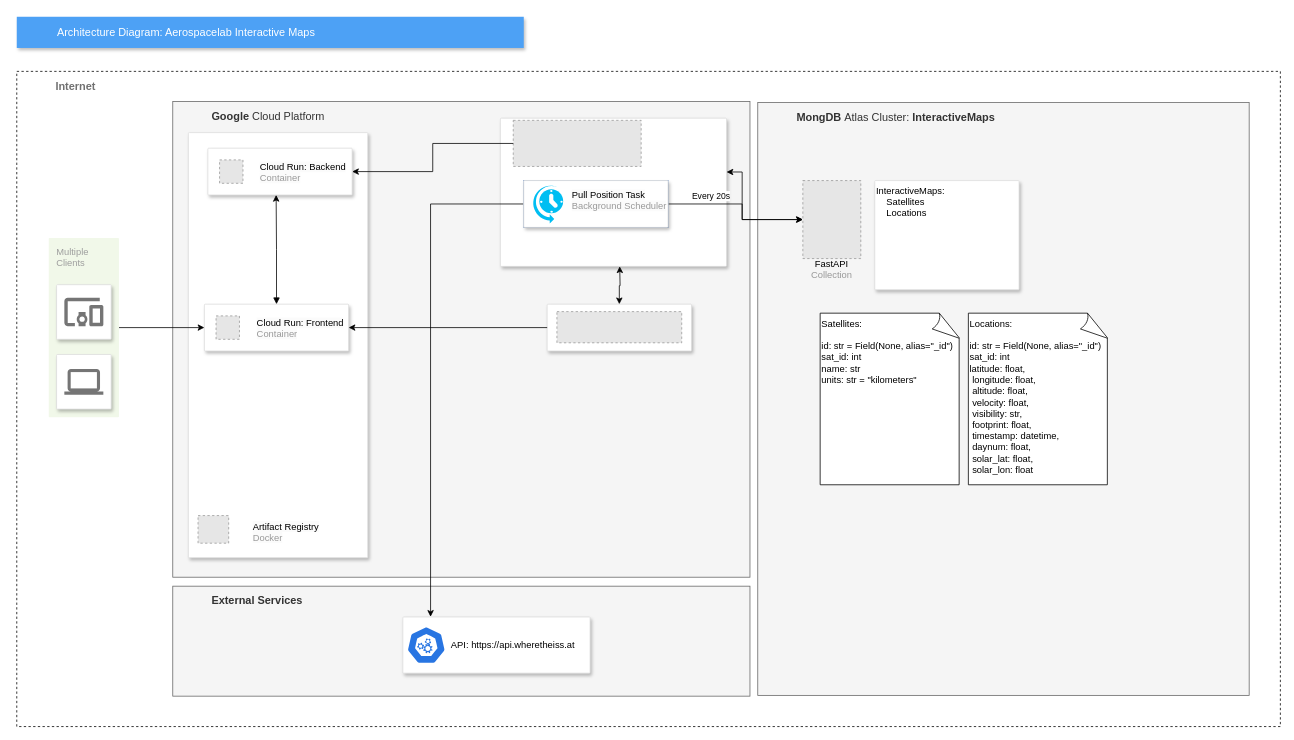
The draw.io diagram page "Rev1" (1 of 2) of Architecture.drawio in spirosbond/Interactive-Maps, before the edit. Source tidied: cells renumbered, new cells numbered last; positions are measured from the earlier drawing's top-left corner, leaving out a move shared by most shapes. Both pictures are drawn from the tidied source at 78%, with x=0, y=0 at pixel (16, 16). Pictures stored in the file or linked from it are replaced by grey dashed boxes.
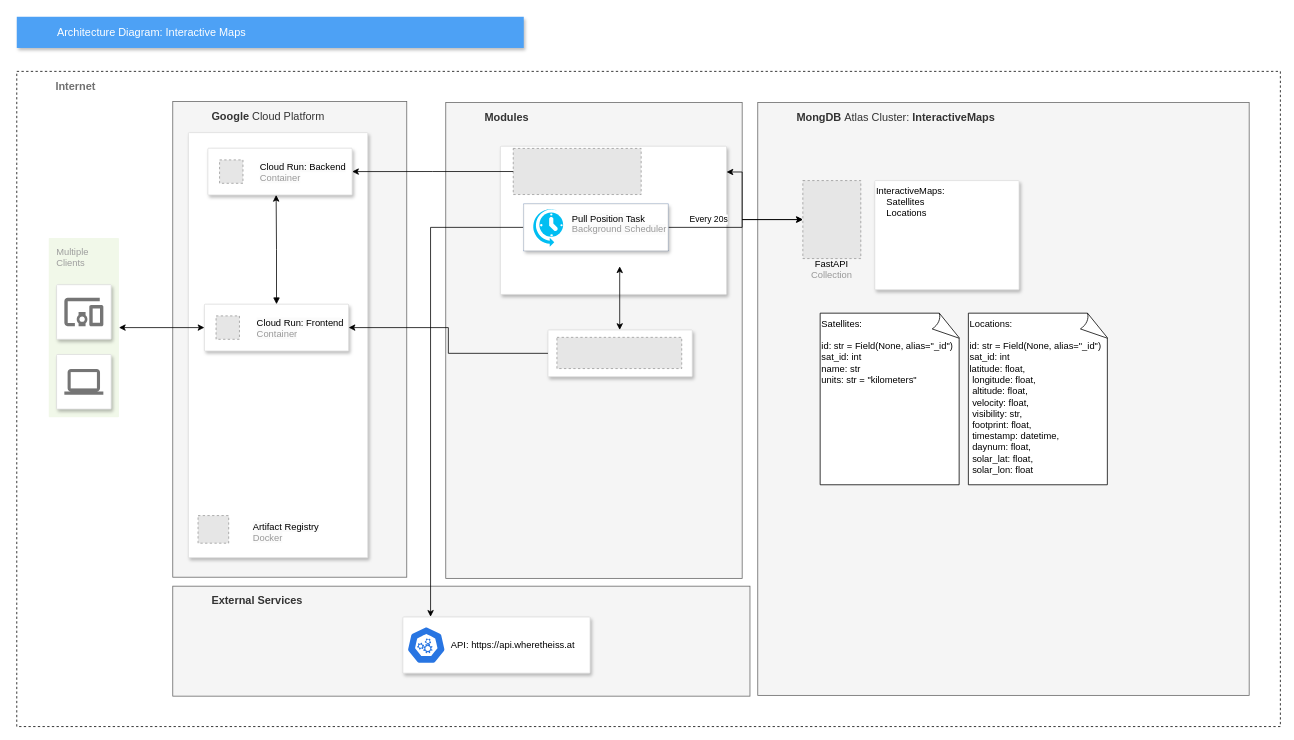
After the change.

The change refers to these unchanged cells:
```xml
<mxCell id="10" style="strokeColor=#dddddd;shadow=1;strokeWidth=1;rounded=1;absoluteArcSize=1;arcSize=2;" parent="9" vertex="1">
  <mxGeometry width="185" height="60" as="geometry" />
</mxCell>
<mxCell id="26" style="fillColor=#E6E6E6;strokeColor=#999999;dashed=1;verticalLabelPosition=bottom;labelBackgroundColor=default;verticalAlign=top;" parent="24" vertex="1">
  <mxGeometry x="7.8" width="74.3" height="100" as="geometry" />
</mxCell>
<mxCell id="39" value="Multiple&lt;br&gt;Clients" style="rounded=1;absoluteArcSize=1;arcSize=2;html=1;strokeColor=none;gradientColor=none;shadow=0;dashed=0;fontSize=12;fontColor=#9E9E9E;align=left;verticalAlign=top;spacing=10;spacingTop=-4;fillColor=#F1F8E9;" parent="38" vertex="1">
  <mxGeometry width="90" height="230" as="geometry" />
</mxCell>
<mxCell id="48" style="strokeColor=#dddddd;shadow=1;strokeWidth=1;rounded=1;absoluteArcSize=1;arcSize=2;" parent="47" vertex="1">
  <mxGeometry width="240" height="72" as="geometry" />
</mxCell>
<mxCell id="54" style="strokeColor=#dddddd;shadow=1;strokeWidth=1;rounded=1;absoluteArcSize=1;arcSize=2;" parent="53" vertex="1">
  <mxGeometry width="185" height="60" as="geometry" />
</mxCell>
```

Diff of the diagram source:
```diff
@@
+    <mxCell id="58" value="&lt;b&gt;Modules&lt;/b&gt;" style="fillColor=#f5f5f5;strokeColor=#666666;shadow=0;fontSize=14;align=left;spacing=10;fontColor=#333333;9E9E9E;verticalAlign=top;spacingTop=-4;fontStyle=0;spacingLeft=40;html=1;" parent="1" vertex="1">
+      <mxGeometry x="550" y="110" width="380" height="610" as="geometry" />
+    </mxCell>
     <mxCell id="3" value="&lt;b&gt;Google &lt;/b&gt;Cloud Platform" style="fillColor=#f5f5f5;strokeColor=#666666;shadow=0;fontSize=14;align=left;spacing=10;fontColor=#333333;9E9E9E;verticalAlign=top;spacingTop=-4;fontStyle=0;spacingLeft=40;html=1;" parent="1" vertex="1">
-      <mxGeometry x="200" y="108.5" width="740" height="610" as="geometry" />
+      <mxGeometry x="200" y="108.5" width="300" height="610" as="geometry" />
     </mxCell>
@@
-    <mxCell id="13" value="Architecture Diagram: Aerospacelab&amp;nbsp;&lt;span style=&quot;background-color: initial;&quot;&gt;Interactive Maps&lt;/span&gt;" style="fillColor=#4DA1F5;strokeColor=none;shadow=1;gradientColor=none;fontSize=14;align=left;spacingLeft=50;fontColor=#ffffff;html=1;" parent="1" vertex="1">
+    <mxCell id="13" value="Architecture Diagram:&amp;nbsp;&lt;span style=&quot;background-color: initial;&quot;&gt;Interactive Maps&lt;/span&gt;" style="fillColor=#4DA1F5;strokeColor=none;shadow=1;gradientColor=none;fontSize=14;align=left;spacingLeft=50;fontColor=#ffffff;html=1;" parent="1" vertex="1">
       <mxGeometry width="650" height="40" as="geometry" />
     </mxCell>
-    <mxCell id="14" style="edgeStyle=orthogonalEdgeStyle;rounded=0;jettySize=auto;html=1;entryX=0;entryY=0.5;entryDx=0;entryDy=0;exitX=1;exitY=0.5;exitDx=0;exitDy=0;" parent="1" edge="1" source="39" target="10">
+    <mxCell id="14" style="edgeStyle=orthogonalEdgeStyle;rounded=0;jettySize=auto;html=1;entryX=0;entryY=0.5;entryDx=0;entryDy=0;exitX=1;exitY=0.5;exitDx=0;exitDy=0;startArrow=classic;startFill=1;" parent="1" edge="1" source="39" target="10">
       <mxGeometry relative="1" as="geometry" />
     </mxCell>
     <mxCell id="15" style="group;" parent="1" vertex="1">
-      <mxGeometry x="620" y="130" width="290" height="190" as="geometry" />
+      <mxGeometry x="620" y="166" width="290" height="190" as="geometry" />
     </mxCell>
@@
     <mxCell id="18" style="group;" parent="1" vertex="1">
-      <mxGeometry x="680" y="368.5" width="185" height="60" as="geometry" />
+      <mxGeometry x="680" y="401.5" width="185" height="60" as="geometry" />
     </mxCell>
     <mxCell id="19" style="strokeColor=#dddddd;shadow=1;strokeWidth=1;rounded=1;absoluteArcSize=1;arcSize=2;" parent="18" vertex="1">
-      <mxGeometry width="185" height="60" as="geometry" />
+      <mxGeometry x="1" width="185" height="60" as="geometry" />
     </mxCell>
@@
     <mxCell id="37" value="Every 20s" style="edgeStyle=orthogonalEdgeStyle;rounded=0;jettySize=auto;html=1;entryX=0;entryY=0.5;entryDx=0;entryDy=0;exitX=1;exitY=0.5;exitDx=0;exitDy=0;" parent="1" edge="1" source="54" target="26">
       <mxGeometry x="-0.43" y="10" relative="1" as="geometry">
         <Array as="points">
-          <mxPoint x="930" y="240" />
+          <mxPoint x="930" y="270" />
           <mxPoint x="930" y="260" />
         </Array>
       </mxGeometry>
     </mxCell>
@@
     <mxCell id="51" style="edgeStyle=orthogonalEdgeStyle;rounded=0;jettySize=auto;html=1;entryX=0.148;entryY=-0.004;entryDx=0;entryDy=0;entryPerimeter=0;exitX=0;exitY=0.5;exitDx=0;exitDy=0;" parent="1" edge="1" source="54" target="48">
       <mxGeometry relative="1" as="geometry">
         <Array as="points">
-          <mxPoint x="531" y="240" />
+          <mxPoint x="531" y="270" />
         </Array>
       </mxGeometry>
     </mxCell>
@@
     <mxCell id="53" style="group;fillColor=#dae8fc;strokeColor=#6c8ebf;" parent="1" vertex="1">
-      <mxGeometry x="650" y="210" width="185" height="60" as="geometry" />
+      <mxGeometry x="650" y="240" width="185" height="60" as="geometry" />
     </mxCell>
```
